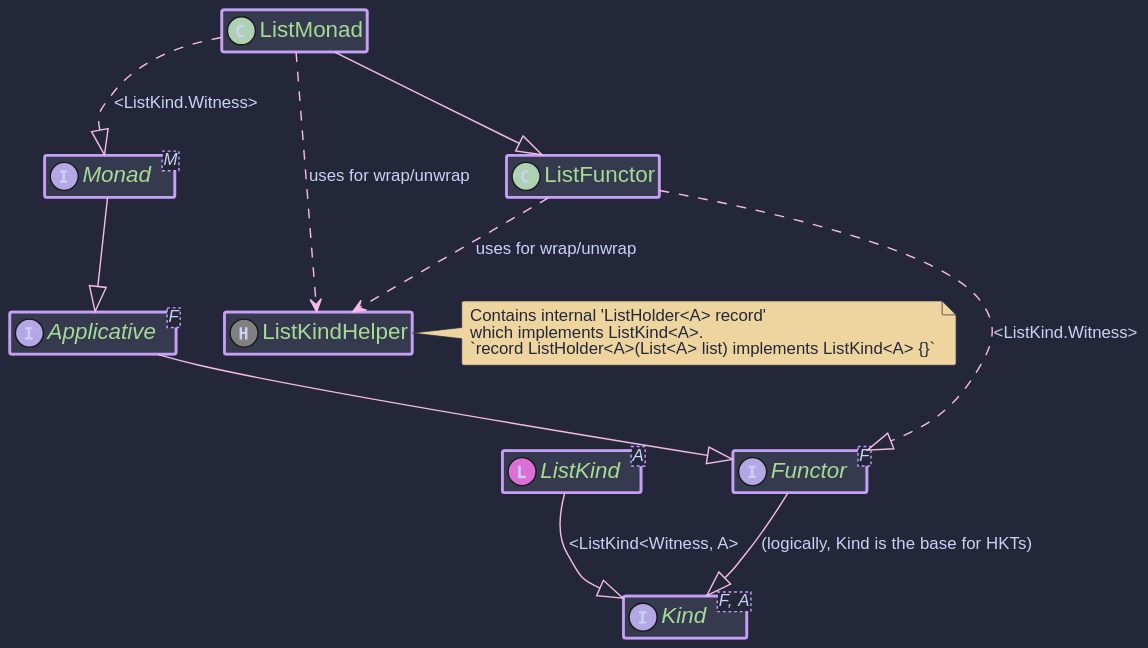
higher-kinded-j/higher-kinded-j keeps this PlantUML diagram as hkj-book/src/images/puml/list_monad.svg. Above is the earlier version. The source it was exported from:
```plantuml
@startuml
!include https://raw.githubusercontent.com/ncosta-ic/catppuccin-macchiato-plantuml-theme/main/theme.puml

hide empty members


interface "Kind<F, A>" as Kind
interface "Functor<F>" as Functor
interface "Applicative<F>" as Applicative
interface "Monad<M>" as MonadBase

interface "ListKind<A>" as ListKindBase << (L,orchid) >> {
}

class "ListKindHelper" as ListKindHelper << (H,grey) >> {
}
note right of ListKindHelper
  Contains internal 'ListHolder<A> record'
  which implements ListKind<A>.
  `record ListHolder<A>(List<A> list) implements ListKind<A> {}`
end note

class "ListFunctor" as ListFunctorImpl {
}
class "ListMonad" as ListMonadImpl {
}

MonadBase --|> Applicative
Applicative --|> Functor
Functor --|> Kind : (logically, Kind is the base for HKTs)

ListKindBase --|> Kind : <ListKind<Witness, A>

ListFunctorImpl ..|> Functor : <ListKind.Witness>
ListMonadImpl --|> ListFunctorImpl
ListMonadImpl ..|> MonadBase : <ListKind.Witness>

ListMonadImpl ..> ListKindHelper : uses for wrap/unwrap
ListFunctorImpl ..> ListKindHelper : uses for wrap/unwrap
@enduml
```
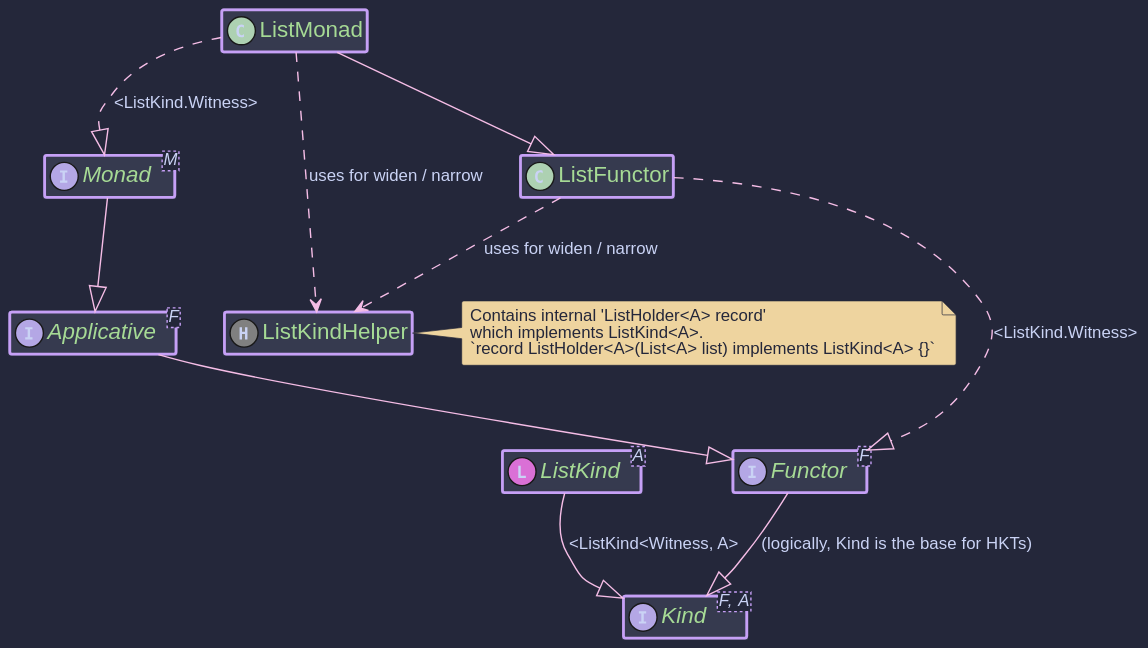
Above is the later version.

Change to the diagram source:
```diff
@@ -35,6 +35,6 @@
 ListMonadImpl --|> ListFunctorImpl
 ListMonadImpl ..|> MonadBase : <ListKind.Witness>
 
-ListMonadImpl ..> ListKindHelper : uses for wrap/unwrap
-ListFunctorImpl ..> ListKindHelper : uses for wrap/unwrap
+ListMonadImpl ..> ListKindHelper : uses for widen / narrow
+ListFunctorImpl ..> ListKindHelper : uses for widen / narrow
 @enduml
```
